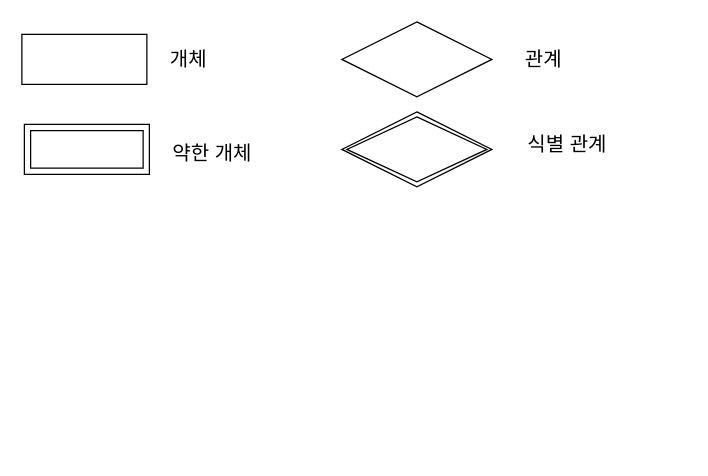
This is erd.drawio from hunnypooh/drawio, a draw.io file, before an edit. Source tidied: cells renumbered, new cells numbered last; positions are measured from the earlier drawing's top-left corner, leaving out a move shared by most shapes. Both pictures are drawn from the tidied source at 125%, with x=0, y=0 at pixel (21, 21).
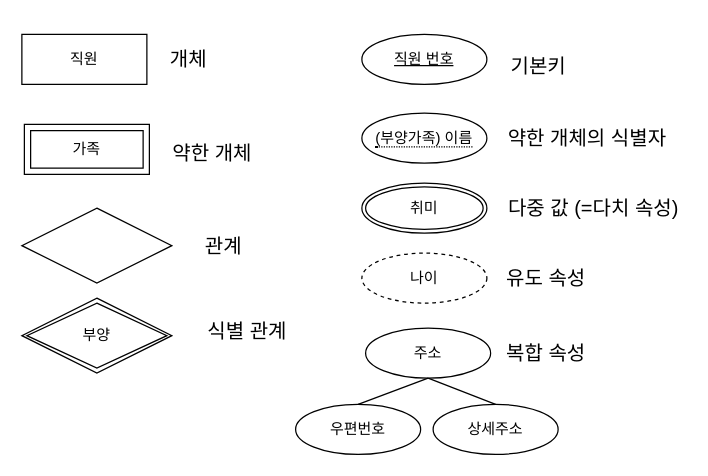
The same diagram, later.

The edit, as a diff of the source:
```diff
@@
-    <mxCell id="2" style="shape=ext;margin=3;double=1;whiteSpace=wrap;html=1;align=center;" parent="1" vertex="1">
+    <mxCell id="2" value="가족" style="shape=ext;margin=3;double=1;whiteSpace=wrap;html=1;align=center;" parent="1" vertex="1">
       <mxGeometry x="2" y="82" width="100" height="40" as="geometry" />
     </mxCell>
-    <mxCell id="3" style="whiteSpace=wrap;html=1;align=center;" parent="1" vertex="1">
+    <mxCell id="3" value="직원" style="whiteSpace=wrap;html=1;align=center;" parent="1" vertex="1">
       <mxGeometry y="10" width="100" height="40" as="geometry" />
     </mxCell>
@@
     <mxCell id="6" style="shape=rhombus;perimeter=rhombusPerimeter;whiteSpace=wrap;html=1;align=center;" parent="1" vertex="1">
-      <mxGeometry x="256" width="120" height="60" as="geometry" />
+      <mxGeometry y="149" width="120" height="60" as="geometry" />
     </mxCell>
     <mxCell id="7" value="관계" style="text;html=1;align=center;verticalAlign=middle;strokeColor=none;fillColor=none;fontSize=16;" parent="1" vertex="1">
-      <mxGeometry x="394" y="14.5" width="46" height="31" as="geometry" />
+      <mxGeometry x="138" y="163.5" width="46" height="31" as="geometry" />
     </mxCell>
-    <mxCell id="8" style="shape=rhombus;double=1;perimeter=rhombusPerimeter;whiteSpace=wrap;html=1;align=center;" parent="1" vertex="1">
-      <mxGeometry x="256" y="72" width="120" height="60" as="geometry" />
+    <mxCell id="8" value="부양" style="shape=rhombus;double=1;perimeter=rhombusPerimeter;whiteSpace=wrap;html=1;align=center;" parent="1" vertex="1">
+      <mxGeometry y="221" width="120" height="60" as="geometry" />
     </mxCell>
     <mxCell id="9" value="식별 관계" style="text;html=1;align=center;verticalAlign=middle;strokeColor=none;fillColor=none;fontSize=16;" parent="1" vertex="1">
-      <mxGeometry x="397" y="82" width="78" height="31" as="geometry" />
+      <mxGeometry x="141" y="231" width="78" height="31" as="geometry" />
     </mxCell>
+    <mxCell id="10" value="직원 번호" style="ellipse;whiteSpace=wrap;html=1;align=center;fontStyle=4;" parent="1" vertex="1">
+      <mxGeometry x="272" y="10" width="100" height="40" as="geometry" />
+    </mxCell>
+    <mxCell id="11" value="기본키" style="text;html=1;align=center;verticalAlign=middle;strokeColor=none;fillColor=none;fontSize=16;" parent="1" vertex="1">
+      <mxGeometry x="383" y="19" width="60" height="31" as="geometry" />
+    </mxCell>
+    <mxCell id="12" value="&lt;span style=&quot;border-bottom: 1px dotted&quot;&gt;(부양가족) 이름&lt;/span&gt;" style="ellipse;whiteSpace=wrap;html=1;align=center;" parent="1" vertex="1">
+      <mxGeometry x="272" y="73" width="100" height="40" as="geometry" />
+    </mxCell>
+    <mxCell id="13" value="약한 개체의 식별자" style="text;html=1;align=center;verticalAlign=middle;strokeColor=none;fillColor=none;fontSize=16;" parent="1" vertex="1">
+      <mxGeometry x="383" y="77.5" width="138" height="31" as="geometry" />
+    </mxCell>
+    <mxCell id="14" value="취미" style="ellipse;shape=doubleEllipse;margin=3;whiteSpace=wrap;html=1;align=center;" parent="1" vertex="1">
+      <mxGeometry x="272" y="129" width="100" height="40" as="geometry" />
+    </mxCell>
+    <mxCell id="15" value="다중 값 (=다치 속성)" style="text;html=1;align=center;verticalAlign=middle;strokeColor=none;fillColor=none;fontSize=16;" parent="1" vertex="1">
+      <mxGeometry x="383" y="133.5" width="148" height="31" as="geometry" />
+    </mxCell>
+    <mxCell id="16" value="나이" style="ellipse;whiteSpace=wrap;html=1;align=center;dashed=1;" parent="1" vertex="1">
+      <mxGeometry x="272" y="185" width="100" height="40" as="geometry" />
+    </mxCell>
+    <mxCell id="17" value="유도 속성" style="text;html=1;align=center;verticalAlign=middle;strokeColor=none;fillColor=none;fontSize=16;" parent="1" vertex="1">
+      <mxGeometry x="380" y="189.5" width="78" height="31" as="geometry" />
+    </mxCell>
+    <mxCell id="18" value="주소" style="ellipse;whiteSpace=wrap;html=1;align=center;" parent="1" vertex="1">
+      <mxGeometry x="275" y="245" width="100" height="40" as="geometry" />
+    </mxCell>
+    <mxCell id="19" value="우편번호" style="ellipse;whiteSpace=wrap;html=1;align=center;" parent="1" vertex="1">
+      <mxGeometry x="219" y="306" width="100" height="40" as="geometry" />
+    </mxCell>
+    <mxCell id="20" value="상세주소" style="ellipse;whiteSpace=wrap;html=1;align=center;" parent="1" vertex="1">
+      <mxGeometry x="329" y="306" width="100" height="40" as="geometry" />
+    </mxCell>
+    <mxCell id="21" value="복합 속성" style="text;html=1;align=center;verticalAlign=middle;strokeColor=none;fillColor=none;fontSize=16;" parent="1" vertex="1">
+      <mxGeometry x="380" y="249.5" width="78" height="31" as="geometry" />
+    </mxCell>
+    <mxCell id="22" style="endArrow=none;html=1;rounded=0;fontSize=12;startSize=8;endSize=8;curved=1;exitX=0.5;exitY=1;exitDx=0;exitDy=0;entryX=0.5;entryY=0;entryDx=0;entryDy=0;" parent="1" edge="1" source="18" target="19">
+      <mxGeometry relative="1" as="geometry" />
+    </mxCell>
+    <mxCell id="23" style="html=1;whiteSpace=wrap;align=right;verticalAlign=bottom;" parent="22" vertex="1">
+      <mxGeometry x="1" relative="1" as="geometry" />
+    </mxCell>
+    <mxCell id="24" style="endArrow=none;html=1;rounded=0;fontSize=12;startSize=8;endSize=8;curved=1;exitX=0.5;exitY=1;exitDx=0;exitDy=0;entryX=0.5;entryY=0;entryDx=0;entryDy=0;" parent="1" edge="1" source="18" target="20">
+      <mxGeometry relative="1" as="geometry" />
+    </mxCell>
+    <mxCell id="25" style="html=1;whiteSpace=wrap;align=right;verticalAlign=bottom;" parent="24" vertex="1">
+      <mxGeometry x="1" relative="1" as="geometry" />
+    </mxCell>
```
